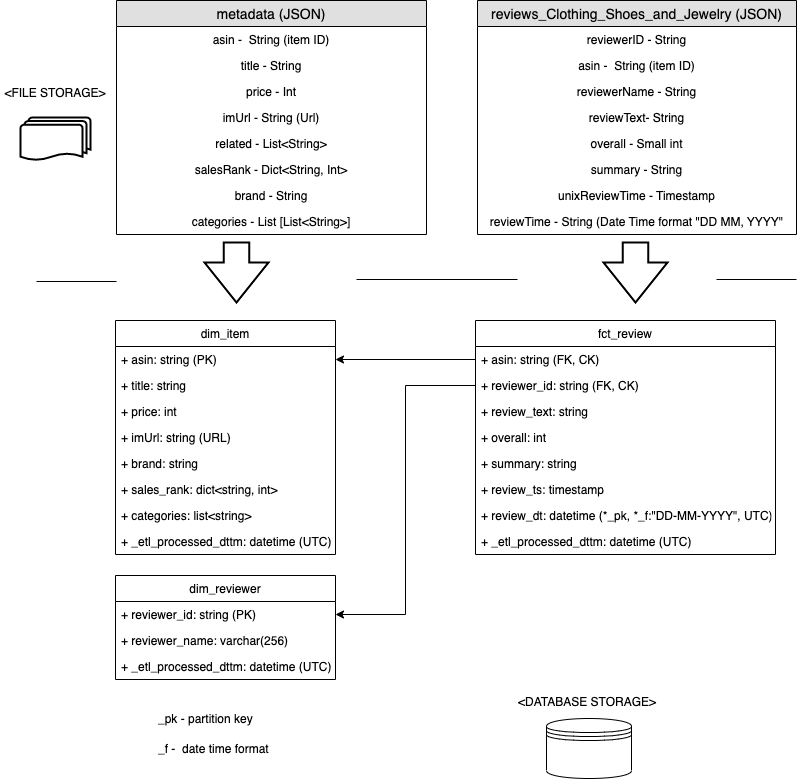
Above: Clothing_shoes_jewelry.drawio.png in Draqneel/bestseller (draw.io), before the change. Source tidied: cells renumbered, new cells last; positions are measured from the earlier drawing's top-left corner, leaving out a move shared by most shapes.
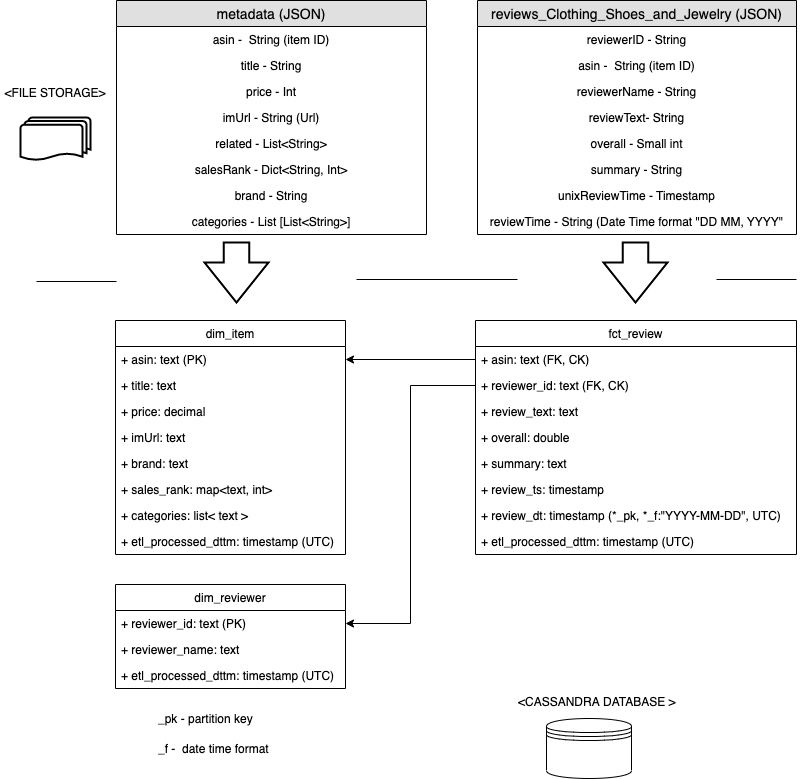
After the commit.

Commit message:
update scheme pic

What changed in the source:
```diff
@@ -33,70 +33,70 @@
       <mxGeometry relative="1" as="geometry" />
     </mxCell>
     <mxCell id="12" value="dim_reviewer" style="swimlane;fontStyle=0;horizontal=1;startSize=26;fillColor=none;align=center;" parent="1" vertex="1">
-      <mxGeometry x="115" y="575" width="220" height="104" as="geometry" />
+      <mxGeometry x="115" y="584" width="230" height="104" as="geometry" />
     </mxCell>
-    <mxCell id="13" value="+ reviewer_id: string (PK)" style="text;strokeColor=none;fillColor=none;align=left;verticalAlign=top;spacingLeft=4;spacingRight=4;overflow=hidden;points=[[0,0.5],[1,0.5]];portConstraint=eastwest;" parent="12" vertex="1">
-      <mxGeometry y="26" width="220" height="26" as="geometry" />
+    <mxCell id="13" value="+ reviewer_id: text (PK)" style="text;strokeColor=none;fillColor=none;align=left;verticalAlign=top;spacingLeft=4;spacingRight=4;overflow=hidden;points=[[0,0.5],[1,0.5]];portConstraint=eastwest;" parent="12" vertex="1">
+      <mxGeometry y="26" width="230" height="26" as="geometry" />
     </mxCell>
-    <mxCell id="14" value="+ reviewer_name: varchar(256)" style="text;strokeColor=none;fillColor=none;align=left;verticalAlign=top;spacingLeft=4;spacingRight=4;overflow=hidden;" parent="12" vertex="1">
-      <mxGeometry y="52" width="220" height="26" as="geometry" />
+    <mxCell id="14" value="+ reviewer_name: text" style="text;strokeColor=none;fillColor=none;align=left;verticalAlign=top;spacingLeft=4;spacingRight=4;overflow=hidden;" parent="12" vertex="1">
+      <mxGeometry y="52" width="230" height="26" as="geometry" />
     </mxCell>
-    <mxCell id="15" value="+ _etl_processed_dttm: datetime (UTC)" style="text;strokeColor=none;fillColor=none;align=left;verticalAlign=top;spacingLeft=4;spacingRight=4;overflow=hidden;" parent="12" vertex="1">
-      <mxGeometry y="78" width="220" height="26" as="geometry" />
+    <mxCell id="15" value="+ etl_processed_dttm: timestamp (UTC)" style="text;strokeColor=none;fillColor=none;align=left;verticalAlign=top;spacingLeft=4;spacingRight=4;overflow=hidden;" parent="12" vertex="1">
+      <mxGeometry y="78" width="230" height="26" as="geometry" />
     </mxCell>
     <mxCell id="16" value="dim_item" style="swimlane;fontStyle=0;horizontal=1;startSize=26;fillColor=none;align=center;" parent="1" vertex="1">
-      <mxGeometry x="115" y="320" width="220" height="234" as="geometry" />
+      <mxGeometry x="115" y="320" width="230" height="234" as="geometry" />
     </mxCell>
-    <mxCell id="17" value="+ asin: string (PK)" style="text;strokeColor=none;fillColor=none;align=left;verticalAlign=top;spacingLeft=4;spacingRight=4;overflow=hidden;points=[[0,0.5],[1,0.5]];portConstraint=eastwest;" parent="16" vertex="1">
-      <mxGeometry y="26" width="220" height="26" as="geometry" />
+    <mxCell id="17" value="+ asin: text (PK)" style="text;strokeColor=none;fillColor=none;align=left;verticalAlign=top;spacingLeft=4;spacingRight=4;overflow=hidden;points=[[0,0.5],[1,0.5]];portConstraint=eastwest;" parent="16" vertex="1">
+      <mxGeometry y="26" width="230" height="26" as="geometry" />
     </mxCell>
-    <mxCell id="18" value="+ title: string" style="text;strokeColor=none;fillColor=none;align=left;verticalAlign=top;spacingLeft=4;spacingRight=4;overflow=hidden;" parent="16" vertex="1">
-      <mxGeometry y="52" width="220" height="26" as="geometry" />
+    <mxCell id="18" value="+ title: text" style="text;strokeColor=none;fillColor=none;align=left;verticalAlign=top;spacingLeft=4;spacingRight=4;overflow=hidden;" parent="16" vertex="1">
+      <mxGeometry y="52" width="230" height="26" as="geometry" />
     </mxCell>
-    <mxCell id="19" value="+ price: int" style="text;strokeColor=none;fillColor=none;align=left;verticalAlign=top;spacingLeft=4;spacingRight=4;overflow=hidden;" parent="16" vertex="1">
-      <mxGeometry y="78" width="220" height="26" as="geometry" />
+    <mxCell id="19" value="+ price: decimal" style="text;strokeColor=none;fillColor=none;align=left;verticalAlign=top;spacingLeft=4;spacingRight=4;overflow=hidden;" parent="16" vertex="1">
+      <mxGeometry y="78" width="230" height="26" as="geometry" />
     </mxCell>
-    <mxCell id="20" value="+ imUrl: string (URL)" style="text;strokeColor=none;fillColor=none;align=left;verticalAlign=top;spacingLeft=4;spacingRight=4;overflow=hidden;" parent="16" vertex="1">
-      <mxGeometry y="104" width="220" height="26" as="geometry" />
+    <mxCell id="20" value="+ imUrl: text" style="text;strokeColor=none;fillColor=none;align=left;verticalAlign=top;spacingLeft=4;spacingRight=4;overflow=hidden;" parent="16" vertex="1">
+      <mxGeometry y="104" width="230" height="26" as="geometry" />
     </mxCell>
-    <mxCell id="21" value="+ brand: string" style="text;strokeColor=none;fillColor=none;align=left;verticalAlign=top;spacingLeft=4;spacingRight=4;overflow=hidden;" parent="16" vertex="1">
-      <mxGeometry y="130" width="220" height="26" as="geometry" />
+    <mxCell id="21" value="+ brand: text" style="text;strokeColor=none;fillColor=none;align=left;verticalAlign=top;spacingLeft=4;spacingRight=4;overflow=hidden;" parent="16" vertex="1">
+      <mxGeometry y="130" width="230" height="26" as="geometry" />
     </mxCell>
-    <mxCell id="22" value="+ sales_rank: dict&lt;string, int&gt;" style="text;strokeColor=none;fillColor=none;align=left;verticalAlign=top;spacingLeft=4;spacingRight=4;overflow=hidden;" parent="16" vertex="1">
-      <mxGeometry y="156" width="220" height="26" as="geometry" />
+    <mxCell id="22" value="+ sales_rank: map&lt;text, int&gt;" style="text;strokeColor=none;fillColor=none;align=left;verticalAlign=top;spacingLeft=4;spacingRight=4;overflow=hidden;" parent="16" vertex="1">
+      <mxGeometry y="156" width="230" height="26" as="geometry" />
     </mxCell>
-    <mxCell id="23" value="+ categories: list&lt;string&gt;" style="text;strokeColor=none;fillColor=none;align=left;verticalAlign=top;spacingLeft=4;spacingRight=4;overflow=hidden;" parent="16" vertex="1">
-      <mxGeometry y="182" width="220" height="26" as="geometry" />
+    <mxCell id="23" value="+ categories: list&lt; text &gt;" style="text;strokeColor=none;fillColor=none;align=left;verticalAlign=top;spacingLeft=4;spacingRight=4;overflow=hidden;" parent="16" vertex="1">
+      <mxGeometry y="182" width="230" height="26" as="geometry" />
     </mxCell>
-    <mxCell id="24" value="+ _etl_processed_dttm: datetime (UTC)" style="text;strokeColor=none;fillColor=none;align=left;verticalAlign=top;spacingLeft=4;spacingRight=4;overflow=hidden;" parent="16" vertex="1">
-      <mxGeometry y="208" width="220" height="26" as="geometry" />
+    <mxCell id="24" value="+ etl_processed_dttm: timestamp (UTC)" style="text;strokeColor=none;fillColor=none;align=left;verticalAlign=top;spacingLeft=4;spacingRight=4;overflow=hidden;" parent="16" vertex="1">
+      <mxGeometry y="208" width="230" height="26" as="geometry" />
     </mxCell>
     <mxCell id="25" value="fct_review" style="swimlane;fontStyle=0;horizontal=1;startSize=26;fillColor=none;align=center;" parent="1" vertex="1">
-      <mxGeometry x="475" y="320" width="300" height="234" as="geometry" />
+      <mxGeometry x="475" y="320" width="321" height="234" as="geometry" />
     </mxCell>
-    <mxCell id="26" value="+ asin: string (FK, CK)" style="text;strokeColor=none;fillColor=none;align=left;verticalAlign=top;spacingLeft=4;spacingRight=4;overflow=hidden;points=[[0,0.5],[1,0.5]];portConstraint=eastwest;" parent="25" vertex="1">
-      <mxGeometry y="26" width="300" height="26" as="geometry" />
+    <mxCell id="26" value="+ asin: text (FK, CK)" style="text;strokeColor=none;fillColor=none;align=left;verticalAlign=top;spacingLeft=4;spacingRight=4;overflow=hidden;points=[[0,0.5],[1,0.5]];portConstraint=eastwest;" parent="25" vertex="1">
+      <mxGeometry y="26" width="321" height="26" as="geometry" />
     </mxCell>
-    <mxCell id="27" value="+ reviewer_id: string (FK, CK)" style="text;strokeColor=none;fillColor=none;align=left;verticalAlign=top;spacingLeft=4;spacingRight=4;overflow=hidden;points=[[0,0.5],[1,0.5]];portConstraint=eastwest;" parent="25" vertex="1">
-      <mxGeometry y="52" width="300" height="26" as="geometry" />
+    <mxCell id="27" value="+ reviewer_id: text (FK, CK)" style="text;strokeColor=none;fillColor=none;align=left;verticalAlign=top;spacingLeft=4;spacingRight=4;overflow=hidden;points=[[0,0.5],[1,0.5]];portConstraint=eastwest;" parent="25" vertex="1">
+      <mxGeometry y="52" width="321" height="26" as="geometry" />
     </mxCell>
-    <mxCell id="28" value="+ review_text: string " style="text;strokeColor=none;fillColor=none;align=left;verticalAlign=top;spacingLeft=4;spacingRight=4;overflow=hidden;" parent="25" vertex="1">
-      <mxGeometry y="78" width="300" height="26" as="geometry" />
+    <mxCell id="28" value="+ review_text: text " style="text;strokeColor=none;fillColor=none;align=left;verticalAlign=top;spacingLeft=4;spacingRight=4;overflow=hidden;" parent="25" vertex="1">
+      <mxGeometry y="78" width="321" height="26" as="geometry" />
     </mxCell>
-    <mxCell id="29" value="+ overall: int" style="text;strokeColor=none;fillColor=none;align=left;verticalAlign=top;spacingLeft=4;spacingRight=4;overflow=hidden;" parent="25" vertex="1">
-      <mxGeometry y="104" width="300" height="26" as="geometry" />
+    <mxCell id="29" value="+ overall: double" style="text;strokeColor=none;fillColor=none;align=left;verticalAlign=top;spacingLeft=4;spacingRight=4;overflow=hidden;" parent="25" vertex="1">
+      <mxGeometry y="104" width="321" height="26" as="geometry" />
     </mxCell>
-    <mxCell id="30" value="+ summary: string " style="text;strokeColor=none;fillColor=none;align=left;verticalAlign=top;spacingLeft=4;spacingRight=4;overflow=hidden;" parent="25" vertex="1">
-      <mxGeometry y="130" width="300" height="26" as="geometry" />
+    <mxCell id="30" value="+ summary: text " style="text;strokeColor=none;fillColor=none;align=left;verticalAlign=top;spacingLeft=4;spacingRight=4;overflow=hidden;" parent="25" vertex="1">
+      <mxGeometry y="130" width="321" height="26" as="geometry" />
     </mxCell>
     <mxCell id="31" value="+ review_ts: timestamp" style="text;strokeColor=none;fillColor=none;align=left;verticalAlign=top;spacingLeft=4;spacingRight=4;overflow=hidden;" parent="25" vertex="1">
-      <mxGeometry y="156" width="300" height="26" as="geometry" />
+      <mxGeometry y="156" width="321" height="26" as="geometry" />
     </mxCell>
-    <mxCell id="32" value="+ review_dt: datetime (*_pk, *_f:&quot;DD-MM-YYYY&quot;, UTC)" style="text;strokeColor=none;fillColor=none;align=left;verticalAlign=top;spacingLeft=4;spacingRight=4;overflow=hidden;" parent="25" vertex="1">
-      <mxGeometry y="182" width="300" height="26" as="geometry" />
+    <mxCell id="32" value="+ review_dt: timestamp (*_pk, *_f:&quot;YYYY-MM-DD&quot;, UTC)" style="text;strokeColor=none;fillColor=none;align=left;verticalAlign=top;spacingLeft=4;spacingRight=4;overflow=hidden;" parent="25" vertex="1">
+      <mxGeometry y="182" width="321" height="26" as="geometry" />
     </mxCell>
-    <mxCell id="33" value="+ _etl_processed_dttm: datetime (UTC)" style="text;strokeColor=none;fillColor=none;align=left;verticalAlign=top;spacingLeft=4;spacingRight=4;overflow=hidden;" parent="25" vertex="1">
-      <mxGeometry y="208" width="300" height="26" as="geometry" />
+    <mxCell id="33" value="+ etl_processed_dttm: timestamp (UTC)" style="text;strokeColor=none;fillColor=none;align=left;verticalAlign=top;spacingLeft=4;spacingRight=4;overflow=hidden;" parent="25" vertex="1">
+      <mxGeometry y="208" width="321" height="26" as="geometry" />
     </mxCell>
     <mxCell id="34" style="edgeStyle=orthogonalEdgeStyle;rounded=0;jettySize=auto;html=1;entryX=1;entryY=0.5;entryDx=0;entryDy=0;exitX=0;exitY=0.5;exitDx=0;exitDy=0;" parent="1" edge="1" source="26" target="17">
       <mxGeometry relative="1" as="geometry" />
@@ -122,7 +122,7 @@
     <mxCell id="41" value="&amp;lt;FILE STORAGE&amp;gt;" style="text;html=1;strokeColor=none;fillColor=none;align=center;verticalAlign=middle;whiteSpace=wrap;rounded=0;" parent="1" vertex="1">
       <mxGeometry y="68" width="110" height="49" as="geometry" />
     </mxCell>
-    <mxCell id="42" value="&amp;lt;DATABASE STORAGE&amp;gt;" style="text;html=1;" parent="1" vertex="1">
+    <mxCell id="42" value="&amp;lt;CASSANDRA DATABASE &amp;gt;" style="text;html=1;" parent="1" vertex="1">
       <mxGeometry x="516" y="688" width="150" height="30" as="geometry" />
     </mxCell>
     <mxCell id="43" style="strokeWidth=2;html=1;shape=mxgraph.flowchart.multi-document;whiteSpace=wrap;align=left;" parent="1" vertex="1">
```
